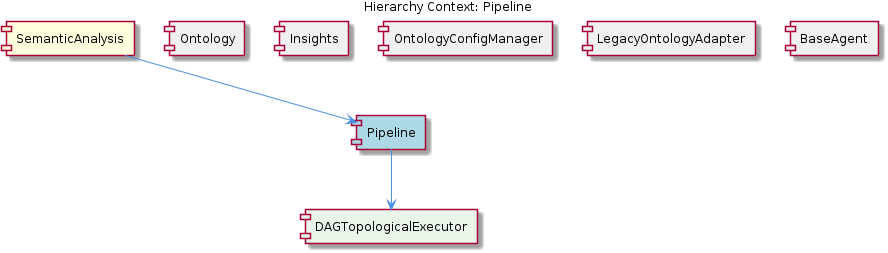
This is knowledge-management/insights/images/pipeline-relationship.png from fwornle/coding, a PlantUML export, as it was before one commit. Its source is kept beside it as .data/knowledge-graph/insights/puml/pipeline-relationship.puml. Its diagram source:
```plantuml
@startuml
!include _standard-style.puml

title Hierarchy Context: Pipeline

[SemanticAnalysis] as semantic_analysis #FFFFDD
[Pipeline] as pipeline #LightBlue
[Ontology] as ontology #F0F0F0
[Insights] as insights #F0F0F0
[OntologyConfigManager] as ontology_config_manager #F0F0F0
[LegacyOntologyAdapter] as legacy_ontology_adapter #F0F0F0
[BaseAgent] as base_agent #F0F0F0
[DAGTopologicalExecutor] as dagtopological_executor #E8F5E8

semantic_analysis --> pipeline
ontology -[hidden]- pipeline
insights -[hidden]- pipeline
ontology_config_manager -[hidden]- pipeline
legacy_ontology_adapter -[hidden]- pipeline
base_agent -[hidden]- pipeline
pipeline --> dagtopological_executor

@enduml
```
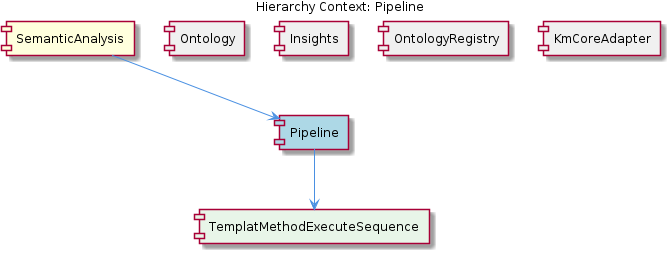
After the commit.

Change to the diagram source:
```diff
@@ -7,17 +7,15 @@
 [Pipeline] as pipeline #LightBlue
 [Ontology] as ontology #F0F0F0
 [Insights] as insights #F0F0F0
-[OntologyConfigManager] as ontology_config_manager #F0F0F0
-[LegacyOntologyAdapter] as legacy_ontology_adapter #F0F0F0
-[BaseAgent] as base_agent #F0F0F0
-[DAGTopologicalExecutor] as dagtopological_executor #E8F5E8
+[OntologyRegistry] as ontology_registry #F0F0F0
+[KmCoreAdapter] as km_core_adapter #F0F0F0
+[TemplatMethodExecuteSequence] as templat_method_execute_sequence #E8F5E8
 
 semantic_analysis --> pipeline
 ontology -[hidden]- pipeline
 insights -[hidden]- pipeline
-ontology_config_manager -[hidden]- pipeline
-legacy_ontology_adapter -[hidden]- pipeline
-base_agent -[hidden]- pipeline
-pipeline --> dagtopological_executor
+ontology_registry -[hidden]- pipeline
+km_core_adapter -[hidden]- pipeline
+pipeline --> templat_method_execute_sequence
 
 @enduml
```
